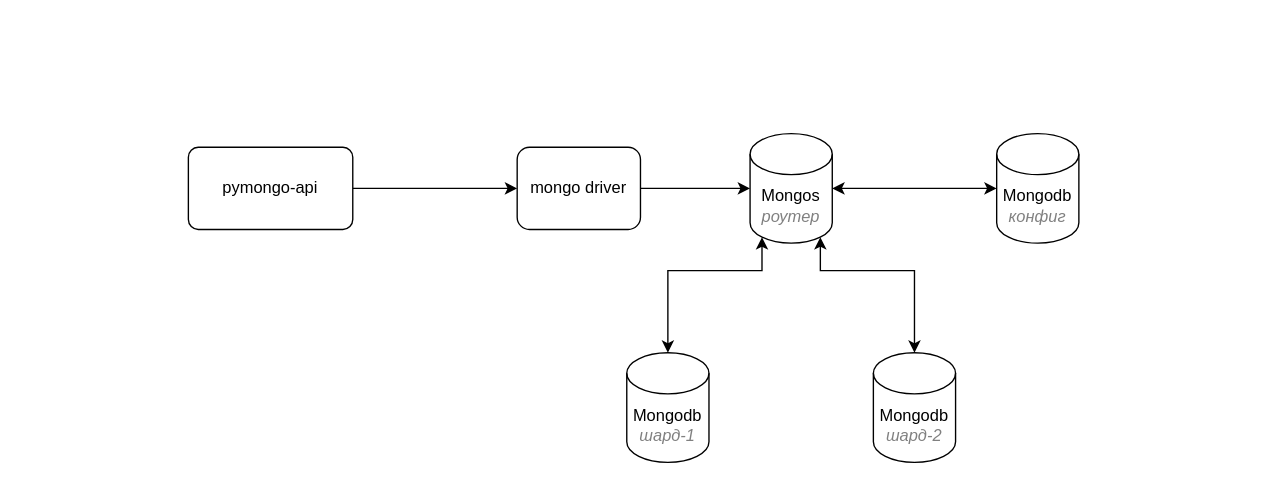
Before: page "1. Шардирование" (2 of 6) of sprint2.drawio in AndreyMirzoyan/architecture-sprint-2, a draw.io diagram. Source tidied: cells renumbered, new cells numbered last; positions are measured from the earlier drawing's top-left corner, leaving out a move shared by most shapes. Both pictures are drawn from the tidied source at 137%, with x=0, y=0 at pixel (188, 133).
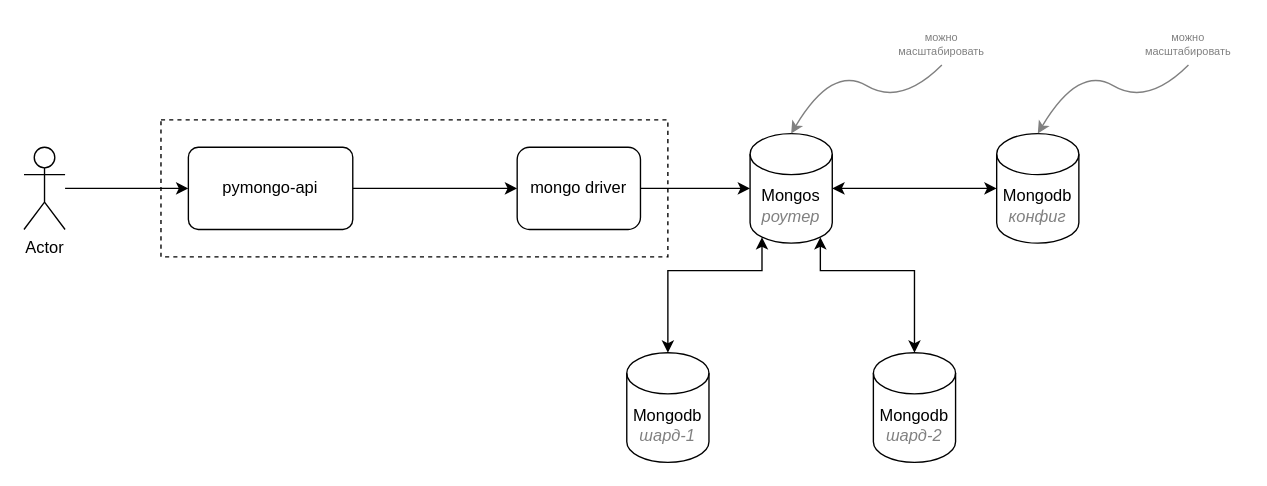
The same page after the edit.

Unchanged cells that the change refers to:
```xml
<mxCell id="9" value="Mongodb&lt;br&gt;&lt;font color=&quot;#808080&quot;&gt;&lt;i&gt;конфиг&lt;/i&gt;&lt;/font&gt;" style="shape=cylinder3;whiteSpace=wrap;html=1;boundedLbl=1;backgroundOutline=1;size=15;" parent="1" vertex="1">
  <mxGeometry x="590" width="60" height="80" as="geometry" />
</mxCell>
```

The edit, as a diff of the source:
```diff
@@
+    <mxCell id="13" style="rounded=0;whiteSpace=wrap;html=1;dashed=1;" parent="1" vertex="1">
+      <mxGeometry x="-20" y="-10" width="370" height="100" as="geometry" />
+    </mxCell>
@@
+    <mxCell id="14" style="edgeStyle=orthogonalEdgeStyle;rounded=0;jettySize=auto;html=1;entryX=0;entryY=0.5;entryDx=0;entryDy=0;" parent="1" edge="1" source="15">
+      <mxGeometry relative="1" as="geometry">
+        <mxPoint y="40" as="targetPoint" />
+      </mxGeometry>
+    </mxCell>
+    <mxCell id="15" value="Actor" style="shape=umlActor;verticalLabelPosition=bottom;verticalAlign=top;html=1;outlineConnect=0;" parent="1" vertex="1">
+      <mxGeometry x="-120" y="10" width="30" height="60" as="geometry" />
+    </mxCell>
+    <mxCell id="16" value="можно масштабировать" style="text;html=1;align=center;verticalAlign=middle;whiteSpace=wrap;rounded=0;fontSize=8;fontColor=#808080;" parent="1" vertex="1">
+      <mxGeometry x="690" y="-80" width="80" height="30" as="geometry" />
+    </mxCell>
+    <mxCell id="17" style="curved=1;endArrow=classic;html=1;rounded=0;entryX=0.5;entryY=0;entryDx=0;entryDy=0;entryPerimeter=0;exitX=0.5;exitY=1;exitDx=0;exitDy=0;fontColor=#808080;strokeColor=#808080;" parent="1" edge="1" source="16" target="9">
+      <mxGeometry relative="1" as="geometry">
+        <Array as="points">
+          <mxPoint x="700" y="-20" />
+          <mxPoint x="650" y="-50" />
+        </Array>
+      </mxGeometry>
+    </mxCell>
+    <mxCell id="18" value="можно масштабировать" style="text;html=1;align=center;verticalAlign=middle;whiteSpace=wrap;rounded=0;fontSize=8;fontColor=#808080;" parent="1" vertex="1">
+      <mxGeometry x="510" y="-80" width="80" height="30" as="geometry" />
+    </mxCell>
+    <mxCell id="19" style="curved=1;endArrow=classic;html=1;rounded=0;entryX=0.5;entryY=0;entryDx=0;entryDy=0;entryPerimeter=0;exitX=0.5;exitY=1;exitDx=0;exitDy=0;fontColor=#808080;strokeColor=#808080;" parent="1" edge="1" source="18">
+      <mxGeometry relative="1" as="geometry">
+        <mxPoint x="440" as="targetPoint" />
+        <Array as="points">
+          <mxPoint x="520" y="-20" />
+          <mxPoint x="470" y="-50" />
+        </Array>
+      </mxGeometry>
+    </mxCell>
```
